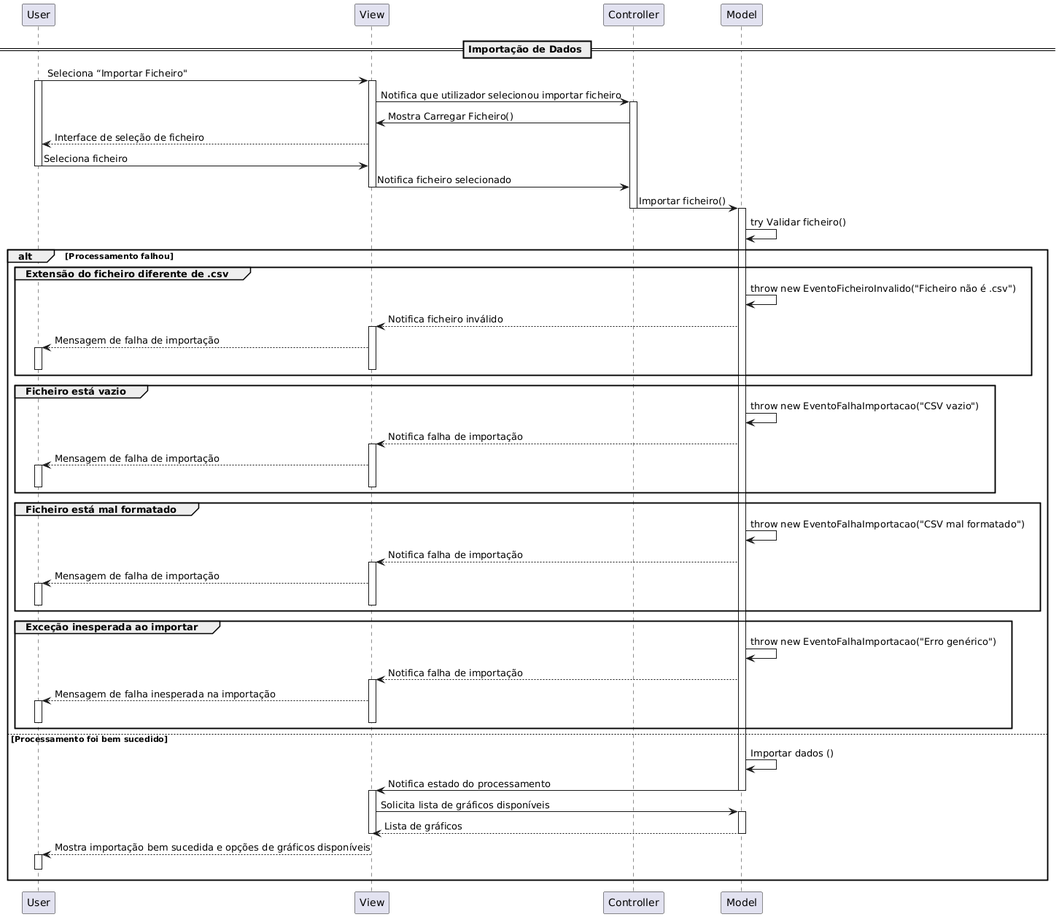
Before: Diagramas/importação_sequence.png, a diagram exported from PlantUML (catiafsantos/UAb_LDS_Grupo10_ChalkPowder).
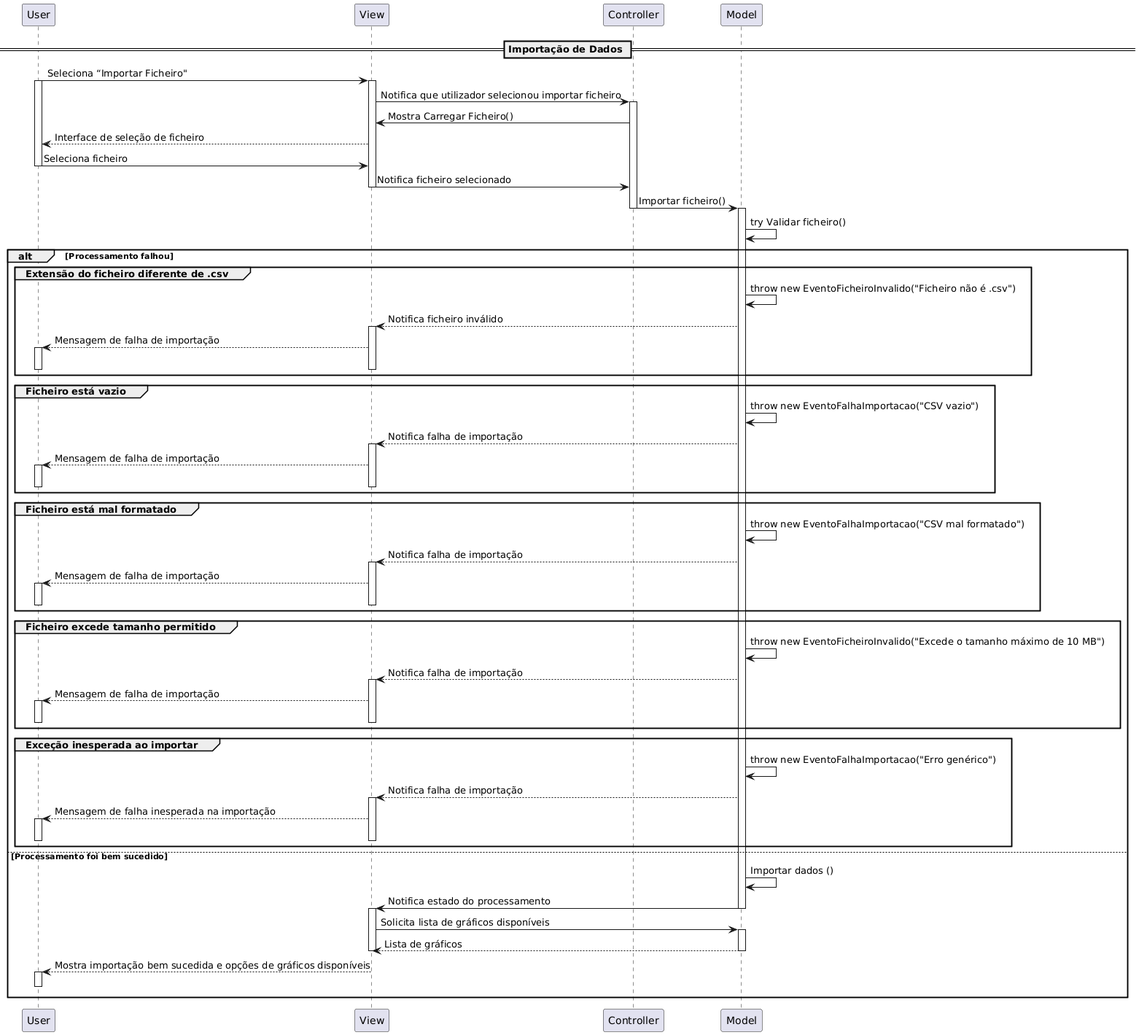
After the commit.

Commit message:
Adicionar validação de tamanho máximo ao diagrama

Change to the diagram source:
```diff
@@ -47,6 +47,16 @@
         deactivate View
     end
 
+    group Ficheiro excede tamanho permitido
+        Model -> Model : throw new EventoFicheiroInvalido("Excede o tamanho máximo de 10 MB")
+        Model --> View: Notifica falha de importação
+        activate View
+        View --> User: Mensagem de falha de importação
+        activate User
+        deactivate User
+        deactivate View
+    end
+
     group Exceção inesperada ao importar
         Model -> Model : throw new EventoFalhaImportacao("Erro genérico")
         Model --> View: Notifica falha de importação
```
